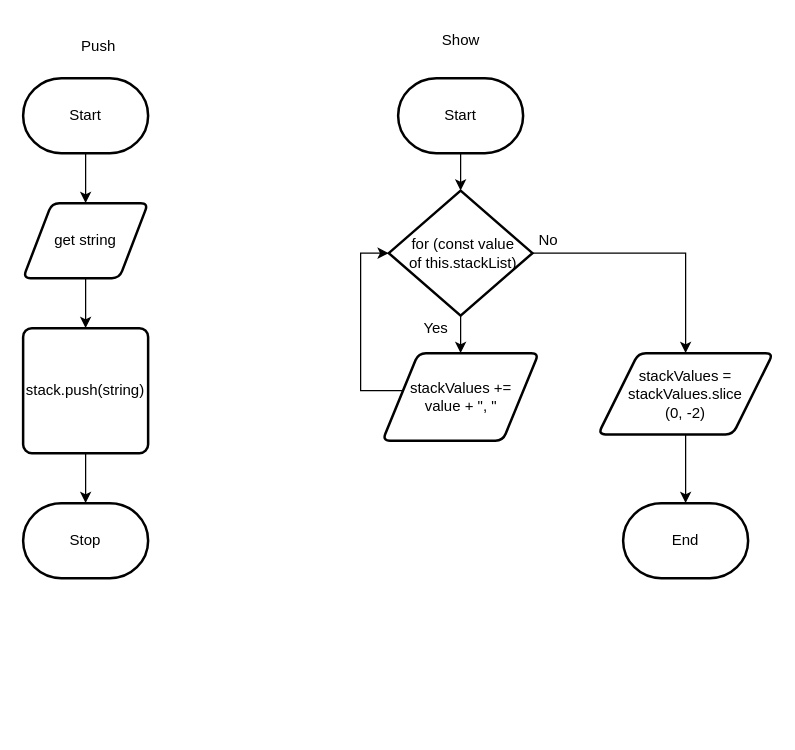
The draw.io diagram Unit2-01/design/flowchart.drawio in MTHS-ICS4U-1-2023/ICS4U-Unit2-Liu-Johanna, before the edit. Source tidied: cells renumbered, new cells numbered last; positions are measured from the earlier drawing's top-left corner, leaving out a move shared by most shapes. Both pictures are drawn from the tidied source at 125%, with x=0, y=0 at pixel (22, 21).
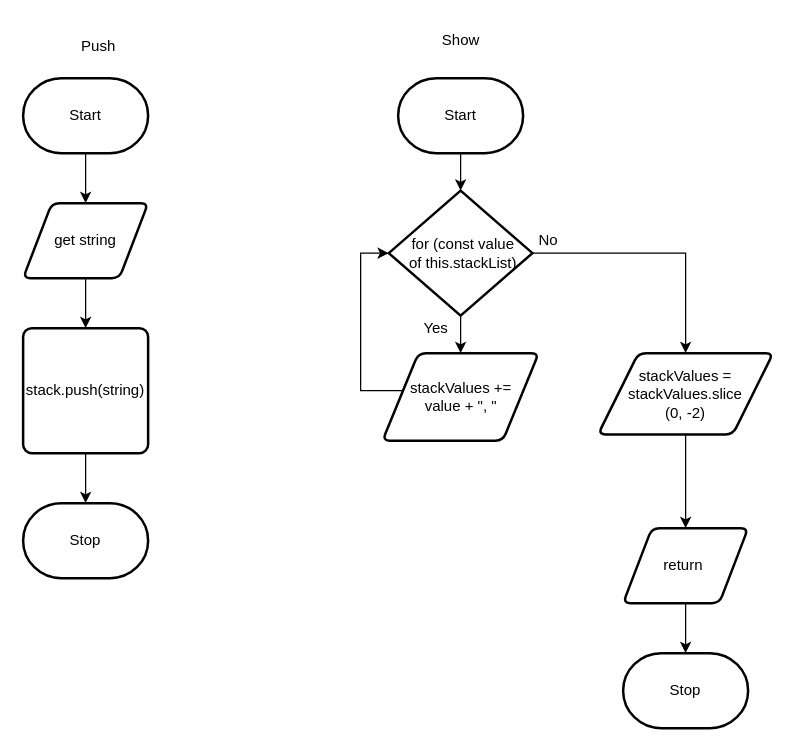
The same diagram, later.

Unchanged cells that the change refers to:
```xml
<mxCell id="20" value="stackValues = stackValues.slice&lt;br&gt;(0, -2)" style="shape=parallelogram;html=1;strokeWidth=2;perimeter=parallelogramPerimeter;whiteSpace=wrap;rounded=1;arcSize=12;size=0.23;" parent="1" vertex="1">
  <mxGeometry x="460" y="265" width="140" height="65" as="geometry" />
</mxCell>
```

Diff of the diagram source:
```diff
@@
-    <mxCell id="10" value="End" style="strokeWidth=2;html=1;shape=mxgraph.flowchart.terminator;whiteSpace=wrap;" parent="1" vertex="1">
-      <mxGeometry x="480" y="385" width="100" height="60" as="geometry" />
+    <mxCell id="10" value="Stop" style="strokeWidth=2;html=1;shape=mxgraph.flowchart.terminator;whiteSpace=wrap;" parent="1" vertex="1">
+      <mxGeometry x="480" y="505" width="100" height="60" as="geometry" />
     </mxCell>
@@
-    <mxCell id="19" style="edgeStyle=none;html=1;entryX=0.5;entryY=0;entryDx=0;entryDy=0;entryPerimeter=0;" parent="1" edge="1" source="20" target="10">
-      <mxGeometry relative="1" as="geometry" />
-    </mxCell>
+    <mxCell id="23" style="edgeStyle=none;html=1;" parent="1" edge="1" source="20" target="25">
+      <mxGeometry relative="1" as="geometry" />
+    </mxCell>
@@
+    <mxCell id="24" style="edgeStyle=none;html=1;" parent="1" edge="1" source="25" target="10">
+      <mxGeometry relative="1" as="geometry" />
+    </mxCell>
+    <mxCell id="25" value="return&amp;nbsp;" style="shape=parallelogram;html=1;strokeWidth=2;perimeter=parallelogramPerimeter;whiteSpace=wrap;rounded=1;arcSize=12;size=0.23;" parent="1" vertex="1">
+      <mxGeometry x="480" y="405" width="100" height="60" as="geometry" />
+    </mxCell>
```
